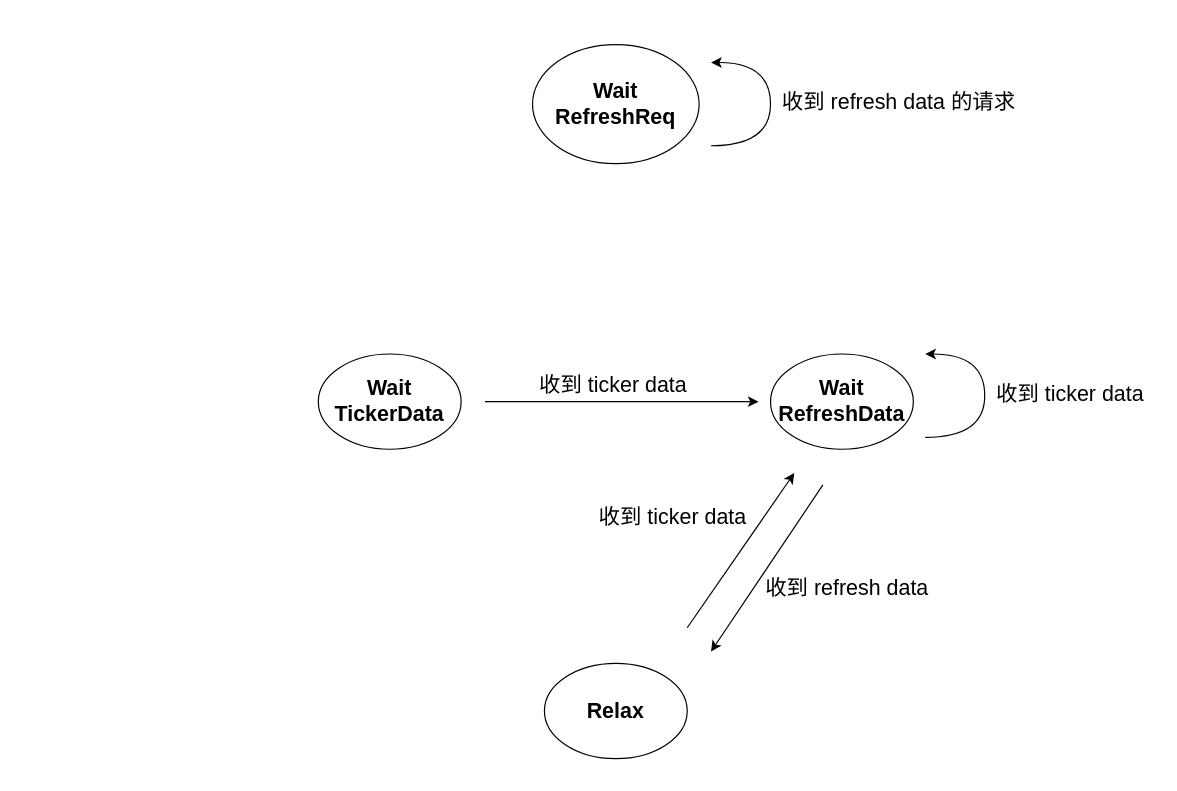
Before: 未命名绘图.drawio in rullox/homework, a draw.io diagram. Source tidied: cells renumbered, new cells numbered last; positions are measured from the earlier drawing's top-left corner, leaving out a move shared by most shapes. Both pictures are drawn from the tidied source at 119%, with x=0, y=0 at pixel (318, 44).
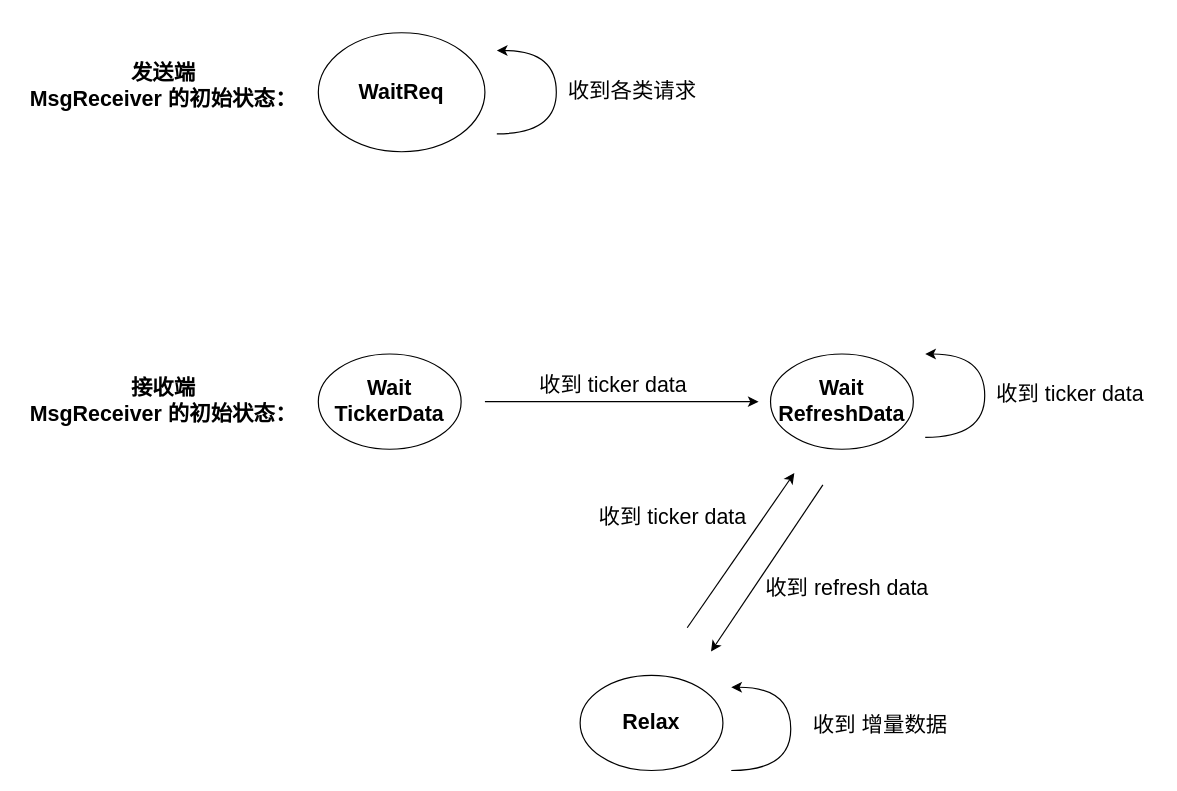
The same diagram, later.

What changed in the source:
```diff
@@
-    <mxCell id="2" value="&lt;b&gt;&lt;font style=&quot;font-size: 18px;&quot;&gt;Wait&lt;br&gt;RefreshReq&lt;/font&gt;&lt;/b&gt;" style="ellipse;whiteSpace=wrap;html=1;" parent="1" vertex="1">
-      <mxGeometry x="180" width="140" height="100" as="geometry" />
+    <mxCell id="2" value="&lt;b&gt;&lt;font style=&quot;font-size: 18px;&quot;&gt;WaitReq&lt;/font&gt;&lt;/b&gt;" style="ellipse;whiteSpace=wrap;html=1;" parent="1" vertex="1">
+      <mxGeometry y="-10" width="140" height="100" as="geometry" />
     </mxCell>
@@
     <mxCell id="5" value="&lt;b&gt;&lt;font style=&quot;font-size: 18px;&quot;&gt;Relax&lt;/font&gt;&lt;/b&gt;" style="ellipse;whiteSpace=wrap;html=1;" parent="1" vertex="1">
-      <mxGeometry x="190" y="520" width="120" height="80" as="geometry" />
+      <mxGeometry x="220" y="530" width="120" height="80" as="geometry" />
     </mxCell>
@@
     <mxCell id="14" style="curved=1;endArrow=classic;html=1;rounded=0;fontSize=18;" parent="1" edge="1">
       <mxGeometry relative="1" as="geometry">
-        <mxPoint x="330" y="85" as="sourcePoint" />
-        <mxPoint x="330" y="15" as="targetPoint" />
+        <mxPoint x="150" y="75" as="sourcePoint" />
+        <mxPoint x="150" y="5" as="targetPoint" />
         <Array as="points">
-          <mxPoint x="380" y="85" />
-          <mxPoint x="380" y="15" />
+          <mxPoint x="200" y="75" />
+          <mxPoint x="200" y="5" />
         </Array>
       </mxGeometry>
     </mxCell>
-    <mxCell id="15" value="收到 refresh data 的请求" style="text;strokeColor=none;fillColor=none;align=left;verticalAlign=middle;spacingLeft=4;spacingRight=4;overflow=hidden;fontSize=18;" parent="1" vertex="1">
-      <mxGeometry x="384" y="32" width="276" height="30" as="geometry" />
+    <mxCell id="15" value="收到各类请求" style="text;strokeColor=none;fillColor=none;align=left;verticalAlign=middle;spacingLeft=4;spacingRight=4;overflow=hidden;fontSize=18;" parent="1" vertex="1">
+      <mxGeometry x="204" y="22" width="276" height="30" as="geometry" />
     </mxCell>
+    <mxCell id="16" value="&lt;b&gt;发送端&lt;br&gt;MsgReceiver 的初始状态：&lt;/b&gt;" style="text;html=1;strokeColor=none;fillColor=none;align=center;verticalAlign=middle;whiteSpace=wrap;rounded=0;fontSize=18;" parent="1" vertex="1">
+      <mxGeometry x="-250" y="-20" width="240" height="110" as="geometry" />
+    </mxCell>
+    <mxCell id="17" value="&lt;b&gt;接收端&lt;br&gt;MsgReceiver 的初始状态：&lt;/b&gt;" style="text;html=1;strokeColor=none;fillColor=none;align=center;verticalAlign=middle;whiteSpace=wrap;rounded=0;fontSize=18;" parent="1" vertex="1">
+      <mxGeometry x="-250" y="245" width="240" height="110" as="geometry" />
+    </mxCell>
+    <mxCell id="18" style="curved=1;endArrow=classic;html=1;rounded=0;fontSize=18;" parent="1" edge="1">
+      <mxGeometry relative="1" as="geometry">
+        <mxPoint x="347" y="610" as="sourcePoint" />
+        <mxPoint x="347" y="540" as="targetPoint" />
+        <Array as="points">
+          <mxPoint x="397" y="610" />
+          <mxPoint x="397" y="540" />
+        </Array>
+      </mxGeometry>
+    </mxCell>
+    <mxCell id="19" value="收到 增量数据" style="text;strokeColor=none;fillColor=none;align=left;verticalAlign=middle;spacingLeft=4;spacingRight=4;overflow=hidden;fontSize=18;" parent="1" vertex="1">
+      <mxGeometry x="410" y="555" width="140" height="30" as="geometry" />
+    </mxCell>
```
